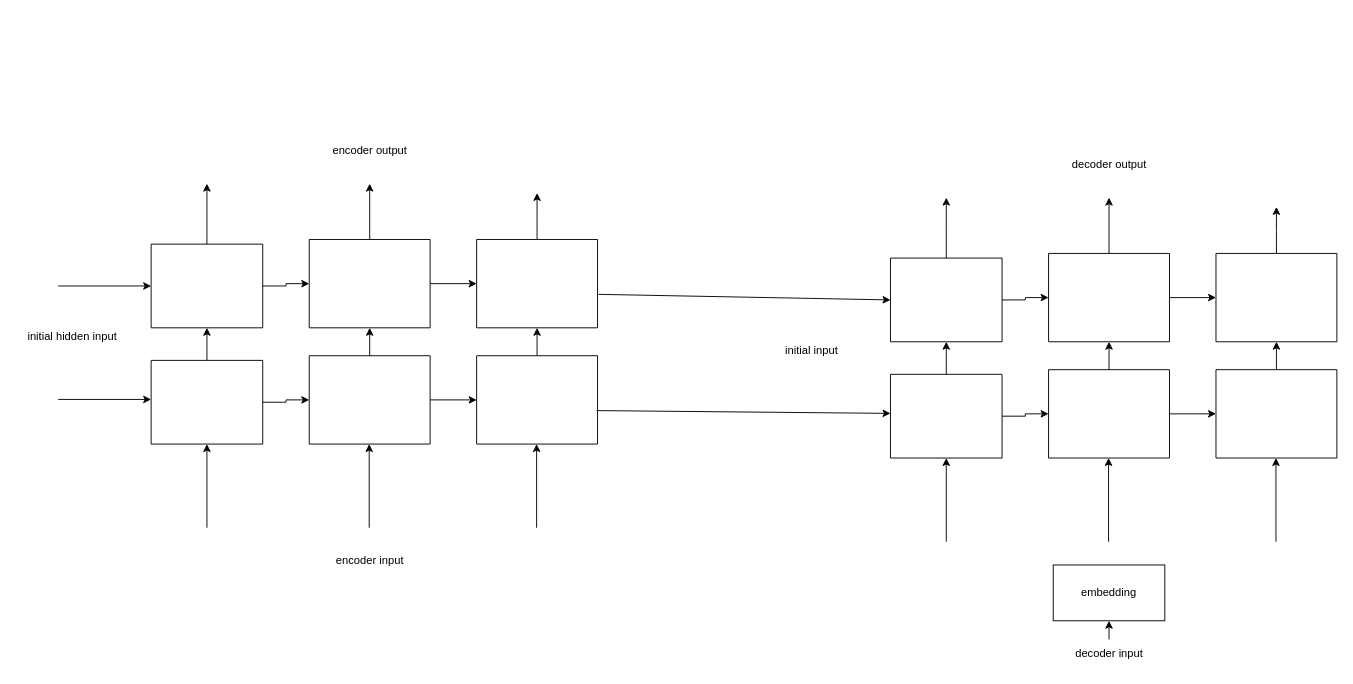
Above: 未命名绘图.drawio in jimmylihui/Travel-guide (draw.io), before the change. Source tidied: cells renumbered, new cells numbered last; positions are measured from the earlier drawing's top-left corner, leaving out a move shared by most shapes. Both pictures are drawn from the tidied source at 93%, with x=0, y=0 at pixel (16, 137).
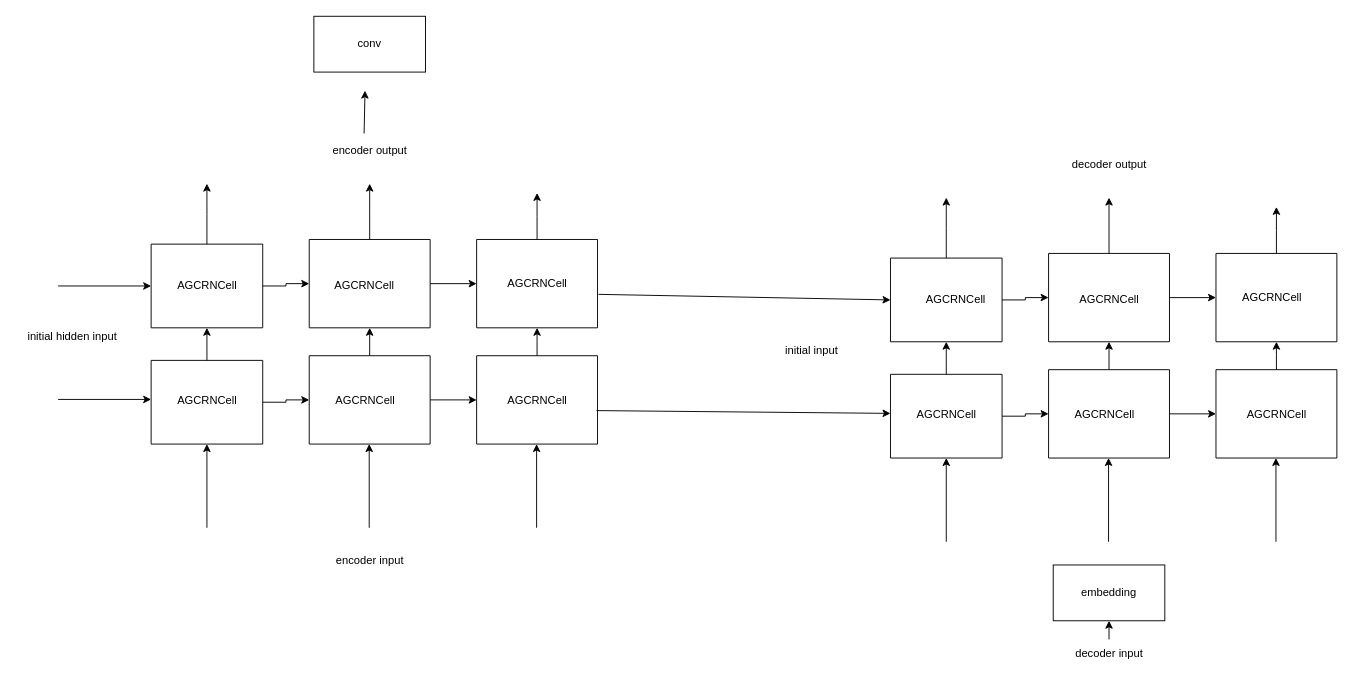
The same page after the edit.

Commit message (it also covers changes not shown here):
更新未命名绘图.drawio

Unchanged cells that the change refers to:
```xml
<mxCell id="4" style="swimlane;startSize=0;" parent="1" vertex="1">
  <mxGeometry x="145" y="240" width="120" height="90" as="geometry" />
</mxCell>
<mxCell id="7" style="swimlane;startSize=0;" parent="1" vertex="1">
  <mxGeometry x="315" y="235" width="130" height="95" as="geometry" />
</mxCell>
<mxCell id="8" style="swimlane;startSize=0;" parent="1" vertex="1">
  <mxGeometry x="495" y="235" width="130" height="95" as="geometry" />
</mxCell>
<mxCell id="11" style="swimlane;startSize=0;" parent="1" vertex="1">
  <mxGeometry x="145" y="115" width="120" height="90" as="geometry" />
</mxCell>
<mxCell id="14" style="swimlane;startSize=0;" parent="1" vertex="1">
  <mxGeometry x="315" y="110" width="130" height="95" as="geometry" />
</mxCell>
<mxCell id="16" style="swimlane;startSize=0;" parent="1" vertex="1">
  <mxGeometry x="495" y="110" width="130" height="95" as="geometry" />
</mxCell>
<mxCell id="25" value="encoder output" style="text;html=1;align=center;verticalAlign=middle;points=[];strokeColor=none;fillColor=none;" parent="1" vertex="1">
  <mxGeometry x="330" width="100" height="30" as="geometry" />
</mxCell>
<mxCell id="28" style="swimlane;startSize=0;" parent="1" vertex="1">
  <mxGeometry x="940" y="255" width="120" height="90" as="geometry" />
</mxCell>
<mxCell id="31" style="swimlane;startSize=0;" parent="1" vertex="1">
  <mxGeometry x="1110" y="250" width="130" height="95" as="geometry" />
</mxCell>
<mxCell id="32" style="swimlane;startSize=0;" parent="1" vertex="1">
  <mxGeometry x="1290" y="250" width="130" height="95" as="geometry" />
</mxCell>
<mxCell id="35" style="swimlane;startSize=0;" parent="1" vertex="1">
  <mxGeometry x="940" y="130" width="120" height="90" as="geometry" />
</mxCell>
<mxCell id="38" style="swimlane;startSize=0;" parent="1" vertex="1">
  <mxGeometry x="1110" y="125" width="130" height="95" as="geometry" />
</mxCell>
<mxCell id="40" style="swimlane;startSize=0;" parent="1" vertex="1">
  <mxGeometry x="1290" y="125" width="130" height="95" as="geometry" />
</mxCell>
```

Change to the diagram source:
```diff
@@
+    <mxCell id="52" value="AGCRNCell" style="text;html=1;align=center;verticalAlign=middle;strokeColor=none;fillColor=none;" parent="4" vertex="1">
+      <mxGeometry x="15" y="27.5" width="90" height="30" as="geometry" />
+    </mxCell>
@@
+    <mxCell id="53" value="AGCRNCell" style="text;html=1;align=center;verticalAlign=middle;strokeColor=none;fillColor=none;" parent="7" vertex="1">
+      <mxGeometry x="15" y="32.5" width="90" height="30" as="geometry" />
+    </mxCell>
@@
+    <mxCell id="54" value="AGCRNCell" style="text;html=1;align=center;verticalAlign=middle;strokeColor=none;fillColor=none;" parent="8" vertex="1">
+      <mxGeometry x="20" y="32.5" width="90" height="30" as="geometry" />
+    </mxCell>
@@
+    <mxCell id="55" value="AGCRNCell" style="text;html=1;align=center;verticalAlign=middle;strokeColor=none;fillColor=none;" parent="11" vertex="1">
+      <mxGeometry x="15" y="30" width="90" height="30" as="geometry" />
+    </mxCell>
@@
+    <mxCell id="56" value="AGCRNCell" style="text;html=1;align=center;verticalAlign=middle;strokeColor=none;fillColor=none;" parent="14" vertex="1">
+      <mxGeometry x="13.5" y="35" width="90" height="30" as="geometry" />
+    </mxCell>
@@
+    <mxCell id="57" value="AGCRNCell" style="text;html=1;align=center;verticalAlign=middle;strokeColor=none;fillColor=none;" parent="16" vertex="1">
+      <mxGeometry x="20" y="32.5" width="90" height="30" as="geometry" />
+    </mxCell>
@@
+    <mxCell id="58" value="AGCRNCell" style="text;html=1;align=center;verticalAlign=middle;strokeColor=none;fillColor=none;" parent="28" vertex="1">
+      <mxGeometry x="15" y="27.5" width="90" height="30" as="geometry" />
+    </mxCell>
@@
+    <mxCell id="59" value="AGCRNCell" style="text;html=1;align=center;verticalAlign=middle;strokeColor=none;fillColor=none;" parent="31" vertex="1">
+      <mxGeometry x="15" y="32.5" width="90" height="30" as="geometry" />
+    </mxCell>
@@
+    <mxCell id="60" value="AGCRNCell" style="text;html=1;align=center;verticalAlign=middle;strokeColor=none;fillColor=none;" parent="32" vertex="1">
+      <mxGeometry x="20" y="32.5" width="90" height="30" as="geometry" />
+    </mxCell>
@@
+    <mxCell id="61" value="AGCRNCell" style="text;html=1;align=center;verticalAlign=middle;strokeColor=none;fillColor=none;" parent="35" vertex="1">
+      <mxGeometry x="25" y="30" width="90" height="30" as="geometry" />
+    </mxCell>
@@
+    <mxCell id="62" value="AGCRNCell" style="text;html=1;align=center;verticalAlign=middle;strokeColor=none;fillColor=none;" parent="38" vertex="1">
+      <mxGeometry x="20" y="35" width="90" height="30" as="geometry" />
+    </mxCell>
@@
+    <mxCell id="63" value="AGCRNCell" style="text;html=1;align=center;verticalAlign=middle;strokeColor=none;fillColor=none;" parent="40" vertex="1">
+      <mxGeometry x="15" y="32.5" width="90" height="30" as="geometry" />
+    </mxCell>
@@
+    <mxCell id="64" style="endArrow=classic;html=1;rounded=0;exitX=0.44;exitY=-0.133;exitDx=0;exitDy=0;exitPerimeter=0;" parent="1" edge="1" source="25">
+      <mxGeometry relative="1" as="geometry">
+        <mxPoint x="375" y="-50" as="targetPoint" />
+      </mxGeometry>
+    </mxCell>
+    <mxCell id="65" value="conv" style="rounded=0;whiteSpace=wrap;html=1;" parent="1" vertex="1">
+      <mxGeometry x="320" y="-130" width="120" height="60" as="geometry" />
+    </mxCell>
```
